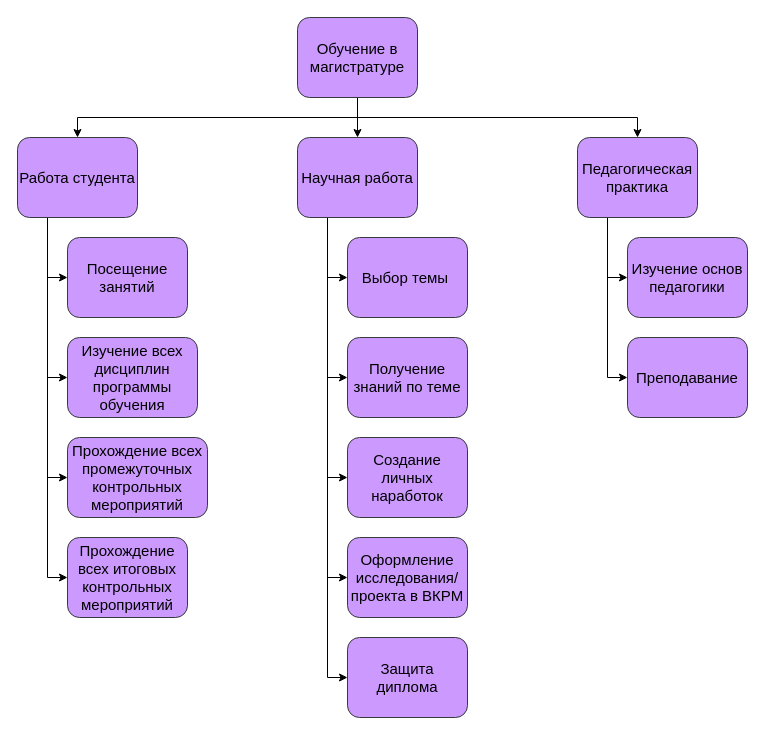
DMfananddu/ERP keeps this draw.io diagram as l1 3.drawio. Above is the earlier version. Source tidied: cells renumbered, new cells numbered last; positions are measured from the earlier drawing's top-left corner, leaving out a move shared by most shapes. Both pictures are drawn from the tidied source at 100%, with x=0, y=0 at pixel (17, 17).
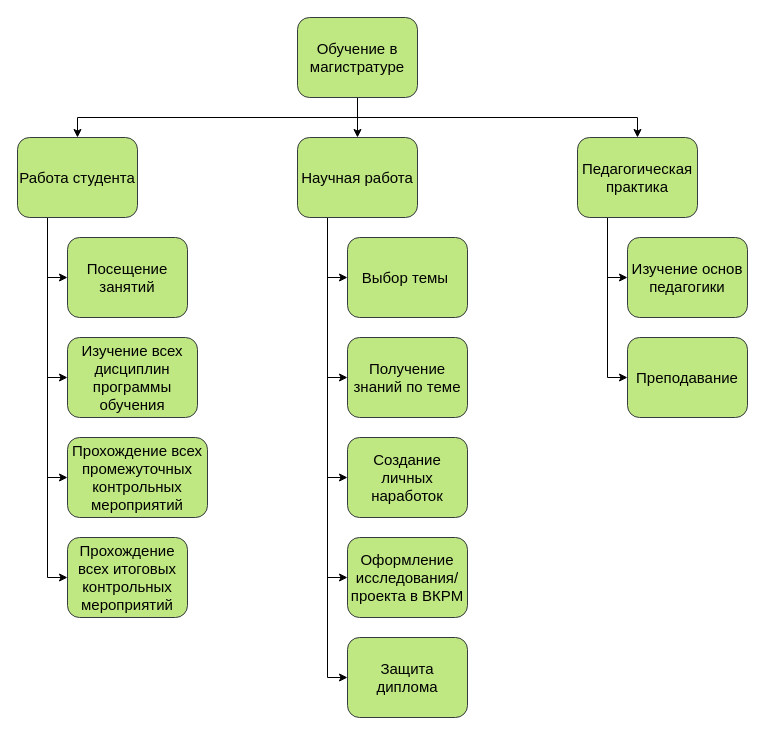
After the change.

What changed in the source:
```diff
@@
-    <mxCell id="5" value="Обучение в магистратуре" style="rounded=1;whiteSpace=wrap;html=1;fillColor=#CC99FF;strokeColor=#36393d;fontSize=15;" parent="1" vertex="1">
+    <mxCell id="5" value="Обучение в магистратуре" style="rounded=1;whiteSpace=wrap;html=1;fillColor=#BFE882;strokeColor=#36393d;fontSize=15;" parent="1" vertex="1">
       <mxGeometry x="280" width="120" height="80" as="geometry" />
     </mxCell>
@@
-    <mxCell id="11" value="Научная работа" style="rounded=1;whiteSpace=wrap;html=1;fillColor=#CC99FF;strokeColor=#36393d;fontSize=15;" parent="1" vertex="1">
+    <mxCell id="11" value="Научная работа" style="rounded=1;whiteSpace=wrap;html=1;fillColor=#BFE882;strokeColor=#36393d;fontSize=15;" parent="1" vertex="1">
       <mxGeometry x="280" y="120" width="120" height="80" as="geometry" />
     </mxCell>
@@
-    <mxCell id="14" value="Педагогическая практика" style="rounded=1;whiteSpace=wrap;html=1;fillColor=#CC99FF;strokeColor=#36393d;fontSize=15;" parent="1" vertex="1">
+    <mxCell id="14" value="Педагогическая практика" style="rounded=1;whiteSpace=wrap;html=1;fillColor=#BFE882;strokeColor=#36393d;fontSize=15;" parent="1" vertex="1">
       <mxGeometry x="560" y="120" width="120" height="80" as="geometry" />
     </mxCell>
@@
-    <mxCell id="19" value="Работа студента" style="rounded=1;whiteSpace=wrap;html=1;fillColor=#CC99FF;strokeColor=#36393d;fontSize=15;" parent="1" vertex="1">
+    <mxCell id="19" value="Работа студента" style="rounded=1;whiteSpace=wrap;html=1;fillColor=#BFE882;strokeColor=#36393d;fontSize=15;" parent="1" vertex="1">
       <mxGeometry y="120" width="120" height="80" as="geometry" />
     </mxCell>
-    <mxCell id="20" value="Прохождение всех промежуточных контрольных мероприятий" style="rounded=1;whiteSpace=wrap;html=1;fillColor=#CC99FF;strokeColor=#36393d;fontSize=15;" parent="1" vertex="1">
+    <mxCell id="20" value="Прохождение всех промежуточных контрольных мероприятий" style="rounded=1;whiteSpace=wrap;html=1;fillColor=#BFE882;strokeColor=#36393d;fontSize=15;" parent="1" vertex="1">
       <mxGeometry x="50" y="420" width="140" height="80" as="geometry" />
     </mxCell>
-    <mxCell id="21" value="Изучение всех дисциплин программы обучения" style="rounded=1;whiteSpace=wrap;html=1;fillColor=#CC99FF;strokeColor=#36393d;fontSize=15;" parent="1" vertex="1">
+    <mxCell id="21" value="Изучение всех дисциплин программы обучения" style="rounded=1;whiteSpace=wrap;html=1;fillColor=#BFE882;strokeColor=#36393d;fontSize=15;" parent="1" vertex="1">
       <mxGeometry x="50" y="320" width="130" height="80" as="geometry" />
     </mxCell>
-    <mxCell id="22" value="Посещение занятий" style="rounded=1;whiteSpace=wrap;html=1;fillColor=#CC99FF;strokeColor=#36393d;fontSize=15;" parent="1" vertex="1">
+    <mxCell id="22" value="Посещение занятий" style="rounded=1;whiteSpace=wrap;html=1;fillColor=#BFE882;strokeColor=#36393d;fontSize=15;" parent="1" vertex="1">
       <mxGeometry x="50" y="220" width="120" height="80" as="geometry" />
     </mxCell>
-    <mxCell id="23" value="Прохождение всех итоговых контрольных мероприятий" style="rounded=1;whiteSpace=wrap;html=1;fillColor=#CC99FF;strokeColor=#36393d;fontSize=15;" parent="1" vertex="1">
+    <mxCell id="23" value="Прохождение всех итоговых контрольных мероприятий" style="rounded=1;whiteSpace=wrap;html=1;fillColor=#BFE882;strokeColor=#36393d;fontSize=15;" parent="1" vertex="1">
       <mxGeometry x="50" y="520" width="120" height="80" as="geometry" />
     </mxCell>
-    <mxCell id="24" value="Выбор темы&amp;nbsp;" style="rounded=1;whiteSpace=wrap;html=1;fillColor=#CC99FF;strokeColor=#36393d;fontSize=15;" parent="1" vertex="1">
+    <mxCell id="24" value="Выбор темы&amp;nbsp;" style="rounded=1;whiteSpace=wrap;html=1;fillColor=#BFE882;strokeColor=#36393d;fontSize=15;" parent="1" vertex="1">
       <mxGeometry x="330" y="220" width="120" height="80" as="geometry" />
     </mxCell>
-    <mxCell id="25" value="Получение знаний по теме" style="rounded=1;whiteSpace=wrap;html=1;fillColor=#CC99FF;strokeColor=#36393d;fontSize=15;" parent="1" vertex="1">
+    <mxCell id="25" value="Получение знаний по теме" style="rounded=1;whiteSpace=wrap;html=1;fillColor=#BFE882;strokeColor=#36393d;fontSize=15;" parent="1" vertex="1">
       <mxGeometry x="330" y="320" width="120" height="80" as="geometry" />
     </mxCell>
-    <mxCell id="26" value="Создание личных наработок" style="rounded=1;whiteSpace=wrap;html=1;fillColor=#CC99FF;strokeColor=#36393d;fontSize=15;" parent="1" vertex="1">
+    <mxCell id="26" value="Создание личных наработок" style="rounded=1;whiteSpace=wrap;html=1;fillColor=#BFE882;strokeColor=#36393d;fontSize=15;" parent="1" vertex="1">
       <mxGeometry x="330" y="420" width="120" height="80" as="geometry" />
     </mxCell>
-    <mxCell id="27" value="Оформление исследования/проекта в ВКРМ" style="rounded=1;whiteSpace=wrap;html=1;fillColor=#CC99FF;strokeColor=#36393d;fontSize=15;" parent="1" vertex="1">
+    <mxCell id="27" value="Оформление исследования/проекта в ВКРМ" style="rounded=1;whiteSpace=wrap;html=1;fillColor=#BFE882;strokeColor=#36393d;fontSize=15;" parent="1" vertex="1">
       <mxGeometry x="330" y="520" width="120" height="80" as="geometry" />
     </mxCell>
-    <mxCell id="28" value="Защита диплома" style="rounded=1;whiteSpace=wrap;html=1;fillColor=#CC99FF;strokeColor=#36393d;fontSize=15;" parent="1" vertex="1">
+    <mxCell id="28" value="Защита диплома" style="rounded=1;whiteSpace=wrap;html=1;fillColor=#BFE882;strokeColor=#36393d;fontSize=15;" parent="1" vertex="1">
       <mxGeometry x="330" y="620" width="120" height="80" as="geometry" />
     </mxCell>
-    <mxCell id="29" value="Изучение основ педагогики" style="rounded=1;whiteSpace=wrap;html=1;fillColor=#CC99FF;strokeColor=#36393d;fontSize=15;" parent="1" vertex="1">
+    <mxCell id="29" value="Изучение основ педагогики" style="rounded=1;whiteSpace=wrap;html=1;fillColor=#BFE882;strokeColor=#36393d;fontSize=15;" parent="1" vertex="1">
       <mxGeometry x="610" y="220" width="120" height="80" as="geometry" />
     </mxCell>
-    <mxCell id="30" value="Преподавание" style="rounded=1;whiteSpace=wrap;html=1;fillColor=#CC99FF;strokeColor=#36393d;fontSize=15;" parent="1" vertex="1">
+    <mxCell id="30" value="Преподавание" style="rounded=1;whiteSpace=wrap;html=1;fillColor=#BFE882;strokeColor=#36393d;fontSize=15;" parent="1" vertex="1">
       <mxGeometry x="610" y="320" width="120" height="80" as="geometry" />
     </mxCell>
```
